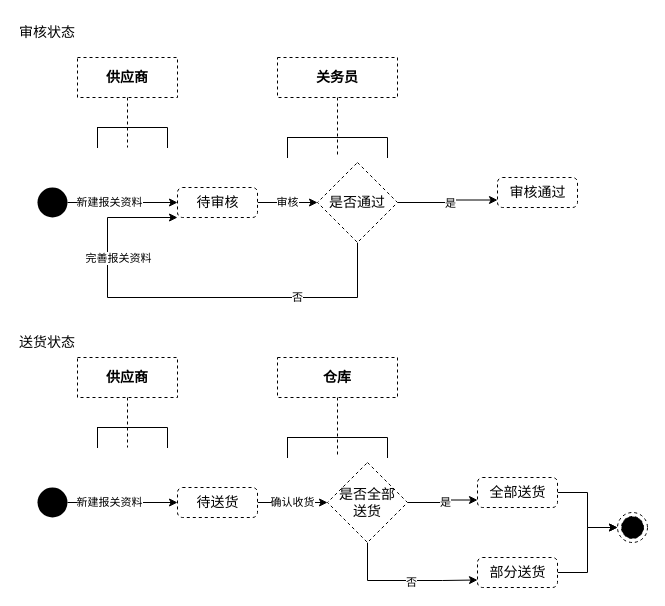
The draw.io diagram page "报关资料" (5 of 6) of shrine-doc/进区预约系统.drawio in easefulfil/CLOUDCARE, before the edit. Source tidied: cells renumbered, new cells numbered last; positions are measured from the earlier drawing's top-left corner, leaving out a move shared by most shapes. Both pictures are drawn from the tidied source at 100%, with x=0, y=0 at pixel (17, 17).
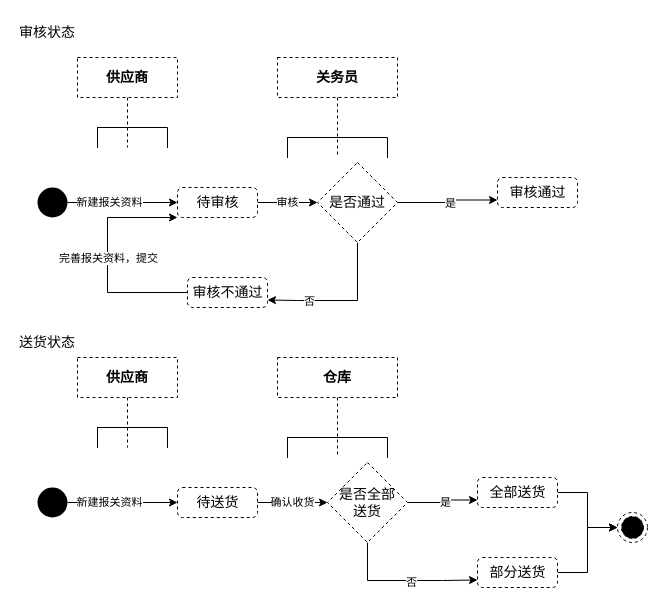
Above is the later version.

The change refers to these unchanged cells:
```xml
<mxCell id="18" value="是否通过" style="rhombus;whiteSpace=wrap;html=1;dashed=1;fontSize=14;" parent="1" vertex="1">
  <mxGeometry x="300" y="145" width="80" height="80" as="geometry" />
</mxCell>
```

Diff of the diagram source:
```diff
@@
-    <mxCell id="15" style="edgeStyle=orthogonalEdgeStyle;rounded=0;jettySize=auto;html=1;" parent="1" edge="1" source="18">
+    <mxCell id="15" style="edgeStyle=orthogonalEdgeStyle;rounded=0;jettySize=auto;html=1;exitX=0;exitY=0.5;exitDx=0;exitDy=0;" parent="1" edge="1" source="38">
       <mxGeometry relative="1" as="geometry">
         <mxPoint x="160" y="200" as="targetPoint" />
         <Array as="points">
-          <mxPoint x="340" y="280" />
-          <mxPoint x="90" y="280" />
+          <mxPoint x="90" y="275" />
           <mxPoint x="90" y="200" />
         </Array>
       </mxGeometry>
     </mxCell>
-    <mxCell id="16" value="完善报关资料" style="edgeLabel;html=1;align=center;verticalAlign=middle;" parent="15" vertex="1">
+    <mxCell id="16" value="完善报关资料，提交" style="edgeLabel;html=1;align=center;verticalAlign=middle;" parent="15" vertex="1">
       <mxGeometry x="-0.14" y="1" relative="1" as="geometry">
-        <mxPoint x="-99" y="-41" as="offset" />
+        <mxPoint x="1" y="-18" as="offset" />
       </mxGeometry>
     </mxCell>
+    <mxCell id="37" style="edgeStyle=orthogonalEdgeStyle;rounded=0;jettySize=auto;html=1;entryX=1;entryY=0.75;entryDx=0;entryDy=0;" parent="1" edge="1" source="18" target="38">
+      <mxGeometry relative="1" as="geometry">
+        <Array as="points">
+          <mxPoint x="340" y="283" />
+          <mxPoint x="280" y="283" />
+        </Array>
+      </mxGeometry>
+    </mxCell>
-    <mxCell id="17" value="否" style="edgeLabel;html=1;align=center;verticalAlign=middle;" parent="15" vertex="1">
-      <mxGeometry x="-0.49" y="-1" relative="1" as="geometry" />
+    <mxCell id="17" value="否" style="edgeLabel;html=1;align=center;verticalAlign=middle;" parent="37" vertex="1">
+      <mxGeometry x="0.44" relative="1" as="geometry" />
     </mxCell>
@@
+    <mxCell id="38" value="审核不通过" style="html=1;align=center;verticalAlign=top;rounded=1;absoluteArcSize=1;arcSize=10;dashed=1;fontSize=14;" parent="1" vertex="1">
+      <mxGeometry x="170" y="260" width="80" height="30" as="geometry" />
+    </mxCell>
```
